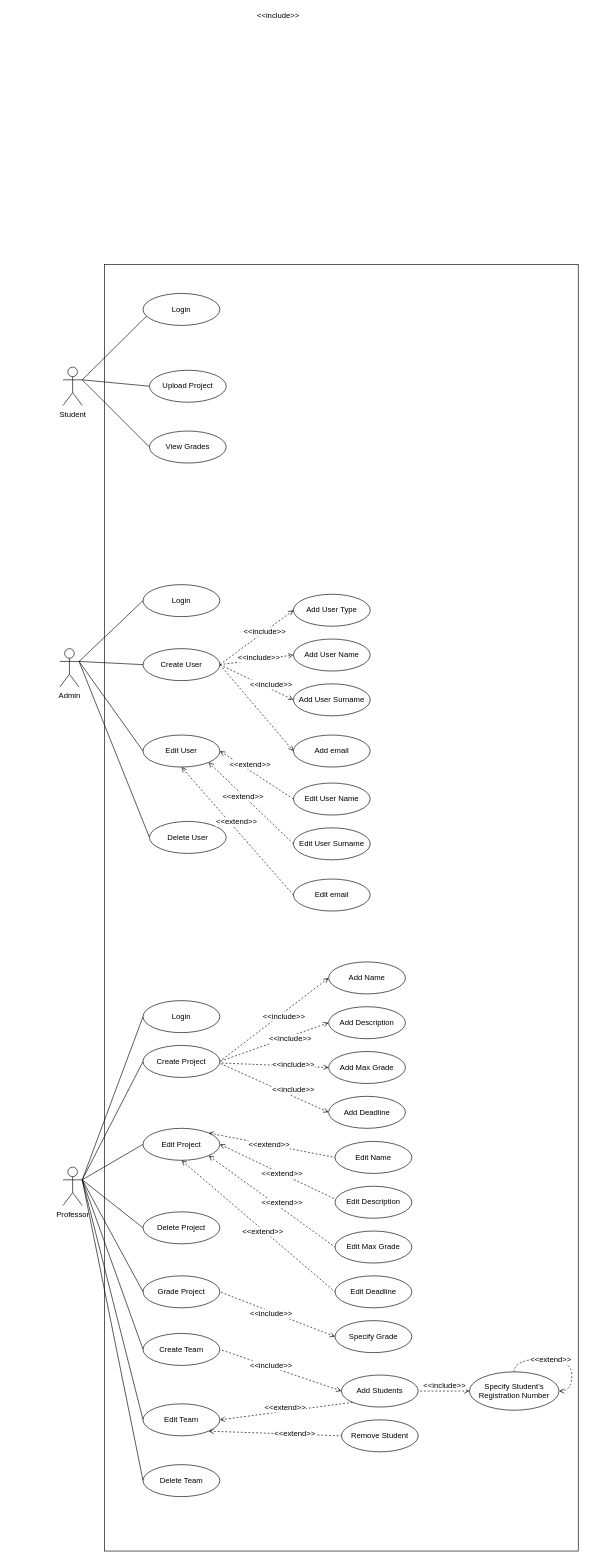
Before: UseCaseDiagrams/UseCaseDiagram_v1.drawio in gkaraoglanian/E-ClassApplication, a draw.io diagram. Source tidied: cells renumbered, new cells numbered last; positions are measured from the earlier drawing's top-left corner, leaving out a move shared by most shapes. Both pictures are drawn from the tidied source at 64%, with x=0, y=0 at pixel (60, 264).
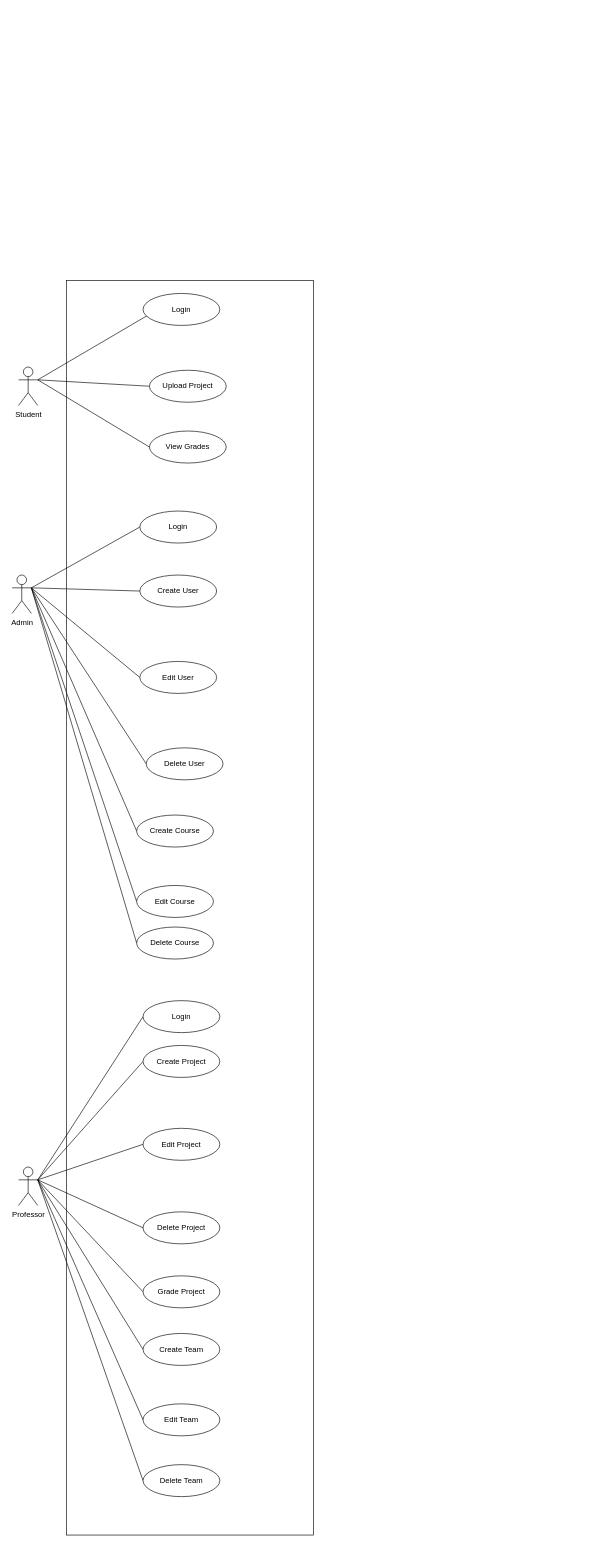
The same diagram, later.

Commit message (it also covers changes not shown here):
Added new and final files (pdf, drawio) for the UseCase Diagram (version 1, version 2)

Unchanged cells that the change refers to:
```xml
<mxCell id="7" value="Create Project" style="ellipse;whiteSpace=wrap;html=1;" parent="1" vertex="1">
  <mxGeometry x="130" y="1220" width="120" height="50" as="geometry" />
</mxCell>
<mxCell id="13" value="Edit Project" style="ellipse;whiteSpace=wrap;html=1;" parent="1" vertex="1">
  <mxGeometry x="130" y="1349.5" width="120" height="50" as="geometry" />
</mxCell>
<mxCell id="17" value="Grade Project" style="ellipse;whiteSpace=wrap;html=1;" parent="1" vertex="1">
  <mxGeometry x="130" y="1580" width="120" height="50" as="geometry" />
</mxCell>
<mxCell id="19" value="Create Team" style="ellipse;whiteSpace=wrap;html=1;" parent="1" vertex="1">
  <mxGeometry x="130" y="1670" width="120" height="50" as="geometry" />
</mxCell>
<mxCell id="23" value="Edit Team" style="ellipse;whiteSpace=wrap;html=1;" parent="1" vertex="1">
  <mxGeometry x="130" y="1780" width="120" height="50" as="geometry" />
</mxCell>
```

Change to the diagram source:
```diff
@@
-    <mxCell id="2" style="rounded=0;whiteSpace=wrap;html=1;fillColor=none;" parent="1" vertex="1">
-      <mxGeometry x="70" width="740" height="2010" as="geometry" />
-    </mxCell>
@@
     <mxCell id="5" value="Professor&lt;br&gt;&lt;br&gt;" style="shape=umlActor;verticalLabelPosition=bottom;labelBackgroundColor=#ffffff;verticalAlign=top;html=1;outlineConnect=0;" parent="1" vertex="1">
-      <mxGeometry x="5" y="1410" width="30" height="60" as="geometry" />
+      <mxGeometry x="-64.5" y="1410" width="30" height="60" as="geometry" />
     </mxCell>
@@
-    <mxCell id="9" style="edgeStyle=none;rounded=0;jettySize=auto;html=1;exitX=1;exitY=0;exitDx=0;exitDy=0;entryX=0;entryY=0.5;entryDx=0;entryDy=0;dashed=1;startArrow=open;startFill=0;endArrow=none;endFill=0;" parent="1" edge="1" source="13" target="34">
-      <mxGeometry relative="1" as="geometry" />
-    </mxCell>
-    <mxCell id="10" style="edgeStyle=none;rounded=0;jettySize=auto;html=1;exitX=1;exitY=0.5;exitDx=0;exitDy=0;entryX=0;entryY=0.4;entryDx=0;entryDy=0;entryPerimeter=0;dashed=1;startArrow=open;startFill=0;endArrow=none;endFill=0;" parent="1" edge="1" source="13" target="35">
-      <mxGeometry relative="1" as="geometry" />
-    </mxCell>
-    <mxCell id="11" style="edgeStyle=none;rounded=0;jettySize=auto;html=1;exitX=1;exitY=1;exitDx=0;exitDy=0;entryX=0;entryY=0.5;entryDx=0;entryDy=0;dashed=1;startArrow=open;startFill=0;endArrow=none;endFill=0;" parent="1" edge="1" source="13" target="36">
-      <mxGeometry relative="1" as="geometry" />
-    </mxCell>
-    <mxCell id="12" style="edgeStyle=none;rounded=0;jettySize=auto;html=1;exitX=0.5;exitY=1;exitDx=0;exitDy=0;entryX=0;entryY=0.5;entryDx=0;entryDy=0;dashed=1;startArrow=open;startFill=0;endArrow=none;endFill=0;" parent="1" edge="1" source="13" target="37">
-      <mxGeometry relative="1" as="geometry" />
-    </mxCell>
@@
-    <mxCell id="21" style="edgeStyle=none;rounded=0;jettySize=auto;html=1;exitX=1;exitY=1;exitDx=0;exitDy=0;entryX=0;entryY=0.5;entryDx=0;entryDy=0;dashed=1;startArrow=open;startFill=0;endArrow=none;endFill=0;" parent="1" edge="1" source="23" target="45">
-      <mxGeometry relative="1" as="geometry" />
-    </mxCell>
-    <mxCell id="22" style="edgeStyle=none;rounded=0;jettySize=auto;html=1;exitX=1;exitY=0.5;exitDx=0;exitDy=0;entryX=0;entryY=1;entryDx=0;entryDy=0;dashed=1;startArrow=open;startFill=0;endArrow=none;endFill=0;" parent="1" edge="1" source="23" target="44">
-      <mxGeometry relative="1" as="geometry" />
-    </mxCell>
@@
-    <mxCell id="26" style="edgeStyle=none;rounded=0;jettySize=auto;html=1;exitX=0;exitY=0.5;exitDx=0;exitDy=0;entryX=1;entryY=0.5;entryDx=0;entryDy=0;endArrow=none;endFill=0;dashed=1;startArrow=open;startFill=0;" parent="1" edge="1" source="27" target="7">
-      <mxGeometry relative="1" as="geometry" />
-    </mxCell>
-    <mxCell id="27" value="Add Name" style="ellipse;whiteSpace=wrap;html=1;" parent="1" vertex="1">
-      <mxGeometry x="420" y="1089.5" width="120" height="50" as="geometry" />
-    </mxCell>
-    <mxCell id="28" style="edgeStyle=none;rounded=0;jettySize=auto;html=1;exitX=0;exitY=0.5;exitDx=0;exitDy=0;entryX=1;entryY=0.5;entryDx=0;entryDy=0;dashed=1;startArrow=open;startFill=0;endArrow=none;endFill=0;" parent="1" edge="1" source="29" target="7">
-      <mxGeometry relative="1" as="geometry" />
-    </mxCell>
-    <mxCell id="29" value="Add Description" style="ellipse;whiteSpace=wrap;html=1;" parent="1" vertex="1">
-      <mxGeometry x="420" y="1159.5" width="120" height="50" as="geometry" />
-    </mxCell>
-    <mxCell id="30" style="edgeStyle=none;rounded=0;jettySize=auto;html=1;exitX=0;exitY=0.5;exitDx=0;exitDy=0;dashed=1;startArrow=open;startFill=0;endArrow=none;endFill=0;" parent="1" edge="1" source="31" target="7">
-      <mxGeometry relative="1" as="geometry" />
-    </mxCell>
-    <mxCell id="31" value="Add Max Grade" style="ellipse;whiteSpace=wrap;html=1;" parent="1" vertex="1">
-      <mxGeometry x="420" y="1229.5" width="120" height="50" as="geometry" />
-    </mxCell>
-    <mxCell id="32" style="edgeStyle=none;rounded=0;jettySize=auto;html=1;exitX=0;exitY=0.5;exitDx=0;exitDy=0;entryX=1.012;entryY=0.571;entryDx=0;entryDy=0;entryPerimeter=0;dashed=1;startArrow=open;startFill=0;endArrow=none;endFill=0;" parent="1" edge="1" source="33" target="7">
-      <mxGeometry relative="1" as="geometry" />
-    </mxCell>
-    <mxCell id="33" value="Add Deadline" style="ellipse;whiteSpace=wrap;html=1;" parent="1" vertex="1">
-      <mxGeometry x="420" y="1299.5" width="120" height="50" as="geometry" />
-    </mxCell>
-    <mxCell id="34" value="Edit Name" style="ellipse;whiteSpace=wrap;html=1;" parent="1" vertex="1">
-      <mxGeometry x="430" y="1370" width="120" height="50" as="geometry" />
-    </mxCell>
-    <mxCell id="35" value="Edit Description" style="ellipse;whiteSpace=wrap;html=1;" parent="1" vertex="1">
-      <mxGeometry x="430" y="1440" width="120" height="50" as="geometry" />
-    </mxCell>
-    <mxCell id="36" value="Edit Max Grade" style="ellipse;whiteSpace=wrap;html=1;" parent="1" vertex="1">
-      <mxGeometry x="430" y="1510" width="120" height="50" as="geometry" />
-    </mxCell>
-    <mxCell id="37" value="Edit&amp;nbsp;Deadline" style="ellipse;whiteSpace=wrap;html=1;" parent="1" vertex="1">
-      <mxGeometry x="430" y="1580" width="120" height="50" as="geometry" />
-    </mxCell>
-    <mxCell id="38" style="edgeStyle=none;rounded=0;jettySize=auto;html=1;exitX=0;exitY=0.5;exitDx=0;exitDy=0;entryX=1;entryY=0.5;entryDx=0;entryDy=0;dashed=1;startArrow=open;startFill=0;endArrow=none;endFill=0;" parent="1" edge="1" source="39" target="17">
-      <mxGeometry relative="1" as="geometry" />
-    </mxCell>
-    <mxCell id="39" value="Specify Grade" style="ellipse;whiteSpace=wrap;html=1;" parent="1" vertex="1">
-      <mxGeometry x="430" y="1650" width="120" height="50" as="geometry" />
-    </mxCell>
-    <mxCell id="40" style="edgeStyle=none;rounded=0;jettySize=auto;html=1;exitX=0;exitY=0.5;exitDx=0;exitDy=0;entryX=1;entryY=0.5;entryDx=0;entryDy=0;dashed=1;startArrow=open;startFill=0;endArrow=none;endFill=0;" parent="1" edge="1" source="41" target="44">
-      <mxGeometry relative="1" as="geometry" />
-    </mxCell>
-    <mxCell id="41" value="Specify Student's Registration Number" style="ellipse;whiteSpace=wrap;html=1;" parent="1" vertex="1">
-      <mxGeometry x="640" y="1730" width="140" height="60" as="geometry" />
-    </mxCell>
-    <mxCell id="42" style="edgeStyle=orthogonalEdgeStyle;rounded=0;orthogonalLoop=1;jettySize=auto;html=1;exitX=1;exitY=0.5;exitDx=0;exitDy=0;entryX=0.5;entryY=0;entryDx=0;entryDy=0;dashed=1;startArrow=open;startFill=0;endArrow=none;endFill=0;curved=1;" parent="1" edge="1" source="41" target="41">
-      <mxGeometry relative="1" as="geometry">
-        <Array as="points">
-          <mxPoint x="800" y="1760" />
-          <mxPoint x="800" y="1710" />
-          <mxPoint x="710" y="1710" />
-        </Array>
-      </mxGeometry>
-    </mxCell>
-    <mxCell id="43" style="edgeStyle=none;rounded=0;jettySize=auto;html=1;exitX=0;exitY=0.5;exitDx=0;exitDy=0;entryX=1;entryY=0.5;entryDx=0;entryDy=0;dashed=1;startArrow=open;startFill=0;endArrow=none;endFill=0;" parent="1" edge="1" source="44" target="19">
-      <mxGeometry relative="1" as="geometry" />
-    </mxCell>
-    <mxCell id="44" value="Add Students" style="ellipse;whiteSpace=wrap;html=1;" parent="1" vertex="1">
-      <mxGeometry x="440" y="1735" width="120" height="50" as="geometry" />
-    </mxCell>
-    <mxCell id="45" value="Remove Student" style="ellipse;whiteSpace=wrap;html=1;" parent="1" vertex="1">
-      <mxGeometry x="440" y="1805" width="120" height="50" as="geometry" />
-    </mxCell>
@@
     <mxCell id="49" value="Student&lt;br&gt;" style="shape=umlActor;verticalLabelPosition=bottom;labelBackgroundColor=#ffffff;verticalAlign=top;html=1;outlineConnect=0;" parent="1" vertex="1">
-      <mxGeometry x="5" y="160" width="30" height="60" as="geometry" />
+      <mxGeometry x="-64.5" y="160" width="30" height="60" as="geometry" />
     </mxCell>
@@
+    <mxCell id="97" style="rounded=0;jettySize=auto;html=1;exitX=1;exitY=0.3333333333333333;exitDx=0;exitDy=0;exitPerimeter=0;entryX=0;entryY=0.5;entryDx=0;entryDy=0;startArrow=none;startFill=0;endArrow=none;endFill=0;" parent="1" edge="1" source="57" target="102">
+      <mxGeometry relative="1" as="geometry" />
+    </mxCell>
+    <mxCell id="98" style="edgeStyle=none;rounded=0;jettySize=auto;html=1;exitX=1;exitY=0.3333333333333333;exitDx=0;exitDy=0;exitPerimeter=0;entryX=0;entryY=0.5;entryDx=0;entryDy=0;startArrow=none;startFill=0;endArrow=none;endFill=0;" parent="1" edge="1" source="57" target="101">
+      <mxGeometry relative="1" as="geometry" />
+    </mxCell>
+    <mxCell id="99" style="edgeStyle=none;rounded=0;jettySize=auto;html=1;exitX=1;exitY=0.3333333333333333;exitDx=0;exitDy=0;exitPerimeter=0;entryX=0;entryY=0.5;entryDx=0;entryDy=0;startArrow=none;startFill=0;endArrow=none;endFill=0;" parent="1" edge="1" source="57" target="100">
+      <mxGeometry relative="1" as="geometry" />
+    </mxCell>
     <mxCell id="57" value="Admin" style="shape=umlActor;verticalLabelPosition=bottom;labelBackgroundColor=#ffffff;verticalAlign=top;html=1;outlineConnect=0;" parent="1" vertex="1">
-      <mxGeometry y="600" width="30" height="60" as="geometry" />
+      <mxGeometry x="-74.5" y="485" width="30" height="60" as="geometry" />
     </mxCell>
     <mxCell id="58" value="Login" style="ellipse;whiteSpace=wrap;html=1;" parent="1" vertex="1">
-      <mxGeometry x="130" y="500" width="120" height="50" as="geometry" />
+      <mxGeometry x="125" y="385" width="120" height="50" as="geometry" />
     </mxCell>
-    <mxCell id="59" style="edgeStyle=none;rounded=0;jettySize=auto;html=1;exitX=1;exitY=0.5;exitDx=0;exitDy=0;entryX=0;entryY=0.5;entryDx=0;entryDy=0;startArrow=none;startFill=0;endArrow=open;endFill=0;dashed=1;" parent="1" edge="1" source="64" target="67">
-      <mxGeometry relative="1" as="geometry" />
-    </mxCell>
-    <mxCell id="60" value="&amp;lt;&amp;lt;include&amp;gt;&amp;gt;" style="text;html=1;align=center;verticalAlign=middle;labelBackgroundColor=#ffffff;" parent="59" vertex="1">
-      <mxGeometry x="0.21" relative="1" as="geometry" />
-    </mxCell>
-    <mxCell id="61" style="edgeStyle=none;rounded=0;jettySize=auto;html=1;exitX=1;exitY=0.5;exitDx=0;exitDy=0;entryX=0;entryY=0.5;entryDx=0;entryDy=0;dashed=1;startArrow=none;startFill=0;endArrow=open;endFill=0;" parent="1" edge="1" source="64" target="68">
-      <mxGeometry relative="1" as="geometry" />
-    </mxCell>
-    <mxCell id="62" style="edgeStyle=none;rounded=0;jettySize=auto;html=1;exitX=1;exitY=0.5;exitDx=0;exitDy=0;entryX=0;entryY=0.5;entryDx=0;entryDy=0;dashed=1;startArrow=none;startFill=0;endArrow=open;endFill=0;" parent="1" edge="1" source="64" target="69">
-      <mxGeometry relative="1" as="geometry" />
-    </mxCell>
-    <mxCell id="63" style="edgeStyle=none;rounded=0;jettySize=auto;html=1;exitX=1;exitY=0.5;exitDx=0;exitDy=0;entryX=0;entryY=0.5;entryDx=0;entryDy=0;dashed=1;startArrow=none;startFill=0;endArrow=open;endFill=0;" parent="1" edge="1" source="64" target="70">
-      <mxGeometry relative="1" as="geometry" />
-    </mxCell>
     <mxCell id="64" value="Create User" style="ellipse;whiteSpace=wrap;html=1;" parent="1" vertex="1">
-      <mxGeometry x="130" y="600" width="120" height="50" as="geometry" />
+      <mxGeometry x="125" y="485" width="120" height="50" as="geometry" />
     </mxCell>
     <mxCell id="65" value="Edit User" style="ellipse;whiteSpace=wrap;html=1;" parent="1" vertex="1">
-      <mxGeometry x="130" y="735" width="120" height="50" as="geometry" />
+      <mxGeometry x="125" y="620" width="120" height="50" as="geometry" />
     </mxCell>
     <mxCell id="66" value="Delete User" style="ellipse;whiteSpace=wrap;html=1;" parent="1" vertex="1">
-      <mxGeometry x="140" y="870" width="120" height="50" as="geometry" />
+      <mxGeometry x="135" y="755" width="120" height="50" as="geometry" />
     </mxCell>
-    <mxCell id="67" value="Add User Type" style="ellipse;whiteSpace=wrap;html=1;" parent="1" vertex="1">
-      <mxGeometry x="365" y="515" width="120" height="50" as="geometry" />
-    </mxCell>
-    <mxCell id="68" value="Add User Name" style="ellipse;whiteSpace=wrap;html=1;" parent="1" vertex="1">
-      <mxGeometry x="365" y="585" width="120" height="50" as="geometry" />
-    </mxCell>
-    <mxCell id="69" value="Add User Surname" style="ellipse;whiteSpace=wrap;html=1;" parent="1" vertex="1">
-      <mxGeometry x="365" y="655" width="120" height="50" as="geometry" />
-    </mxCell>
-    <mxCell id="70" value="Add email" style="ellipse;whiteSpace=wrap;html=1;" parent="1" vertex="1">
-      <mxGeometry x="365" y="735" width="120" height="50" as="geometry" />
-    </mxCell>
-    <mxCell id="71" style="edgeStyle=none;rounded=0;jettySize=auto;html=1;exitX=0;exitY=0.5;exitDx=0;exitDy=0;entryX=1;entryY=0.5;entryDx=0;entryDy=0;dashed=1;startArrow=none;startFill=0;endArrow=open;endFill=0;" parent="1" edge="1" source="72" target="65">
-      <mxGeometry relative="1" as="geometry" />
-    </mxCell>
-    <mxCell id="72" value="Edit User Name" style="ellipse;whiteSpace=wrap;html=1;" parent="1" vertex="1">
-      <mxGeometry x="365" y="810" width="120" height="50" as="geometry" />
-    </mxCell>
-    <mxCell id="73" style="edgeStyle=none;rounded=0;jettySize=auto;html=1;exitX=0;exitY=0.5;exitDx=0;exitDy=0;entryX=1;entryY=1;entryDx=0;entryDy=0;dashed=1;startArrow=none;startFill=0;endArrow=open;endFill=0;" parent="1" edge="1" source="74" target="65">
-      <mxGeometry relative="1" as="geometry" />
-    </mxCell>
-    <mxCell id="74" value="Edit&amp;nbsp;User Surname" style="ellipse;whiteSpace=wrap;html=1;" parent="1" vertex="1">
-      <mxGeometry x="365" y="880" width="120" height="50" as="geometry" />
-    </mxCell>
-    <mxCell id="75" style="edgeStyle=none;rounded=0;jettySize=auto;html=1;exitX=0;exitY=0.5;exitDx=0;exitDy=0;entryX=0.5;entryY=1;entryDx=0;entryDy=0;dashed=1;startArrow=none;startFill=0;endArrow=open;endFill=0;" parent="1" edge="1" source="76" target="65">
-      <mxGeometry relative="1" as="geometry" />
-    </mxCell>
-    <mxCell id="76" value="Edit&amp;nbsp;email" style="ellipse;whiteSpace=wrap;html=1;" parent="1" vertex="1">
-      <mxGeometry x="365" y="960" width="120" height="50" as="geometry" />
-    </mxCell>
-    <mxCell id="77" value="&amp;lt;&amp;lt;include&amp;gt;&amp;gt;" style="text;html=1;align=center;verticalAlign=middle;labelBackgroundColor=#ffffff;" parent="1" vertex="1">
-      <mxGeometry x="310.9" y="613.2" as="geometry" />
-    </mxCell>
-    <mxCell id="78" value="&amp;lt;&amp;lt;include&amp;gt;&amp;gt;" style="text;html=1;align=center;verticalAlign=middle;labelBackgroundColor=#ffffff;" parent="1" vertex="1">
-      <mxGeometry x="329.9" y="655.2" as="geometry" />
-    </mxCell>
-    <mxCell id="79" value="&amp;lt;&amp;lt;include&amp;gt;&amp;gt;" style="text;html=1;align=center;verticalAlign=middle;labelBackgroundColor=#ffffff;" parent="1" vertex="1">
-      <mxGeometry x="0.21" relative="1" as="geometry">
-        <mxPoint x="340" y="-390" as="offset" />
-      </mxGeometry>
-    </mxCell>
-    <mxCell id="80" value="&amp;lt;&amp;lt;extend&amp;gt;&amp;gt;" style="text;html=1;align=center;verticalAlign=middle;labelBackgroundColor=#ffffff;" parent="1" vertex="1">
-      <mxGeometry x="310.9" y="780.2" as="geometry">
-        <mxPoint x="-14" as="offset" />
-      </mxGeometry>
-    </mxCell>
-    <mxCell id="81" value="&amp;lt;&amp;lt;extend&amp;gt;&amp;gt;" style="text;html=1;align=center;verticalAlign=middle;labelBackgroundColor=#ffffff;" parent="1" vertex="1">
-      <mxGeometry x="299.9" y="830.2" as="geometry">
-        <mxPoint x="-14" as="offset" />
-      </mxGeometry>
-    </mxCell>
-    <mxCell id="82" value="&amp;lt;&amp;lt;extend&amp;gt;&amp;gt;" style="text;html=1;align=center;verticalAlign=middle;labelBackgroundColor=#ffffff;" parent="1" vertex="1">
-      <mxGeometry x="289.9" y="870.2" as="geometry">
-        <mxPoint x="-14" as="offset" />
-      </mxGeometry>
-    </mxCell>
-    <mxCell id="83" value="&amp;lt;&amp;lt;extend&amp;gt;&amp;gt;" style="text;html=1;align=center;verticalAlign=middle;labelBackgroundColor=#ffffff;" parent="1" vertex="1">
-      <mxGeometry x="340" y="1374.5" as="geometry">
-        <mxPoint x="-14" as="offset" />
-      </mxGeometry>
-    </mxCell>
-    <mxCell id="84" value="&amp;lt;&amp;lt;extend&amp;gt;&amp;gt;" style="text;html=1;align=center;verticalAlign=middle;labelBackgroundColor=#ffffff;" parent="1" vertex="1">
-      <mxGeometry x="360" y="1420" as="geometry">
-        <mxPoint x="-14" as="offset" />
-      </mxGeometry>
-    </mxCell>
-    <mxCell id="85" value="&amp;lt;&amp;lt;extend&amp;gt;&amp;gt;" style="text;html=1;align=center;verticalAlign=middle;labelBackgroundColor=#ffffff;" parent="1" vertex="1">
-      <mxGeometry x="360" y="1465" as="geometry">
-        <mxPoint x="-14" as="offset" />
-      </mxGeometry>
-    </mxCell>
-    <mxCell id="86" value="&amp;lt;&amp;lt;extend&amp;gt;&amp;gt;" style="text;html=1;align=center;verticalAlign=middle;labelBackgroundColor=#ffffff;" parent="1" vertex="1">
-      <mxGeometry x="330" y="1510" as="geometry">
-        <mxPoint x="-14" as="offset" />
-      </mxGeometry>
-    </mxCell>
-    <mxCell id="87" value="&amp;lt;&amp;lt;include&amp;gt;&amp;gt;" style="text;html=1;align=center;verticalAlign=middle;labelBackgroundColor=#ffffff;" parent="1" vertex="1">
-      <mxGeometry x="349.9" y="1174.8" as="geometry" />
-    </mxCell>
-    <mxCell id="88" value="&amp;lt;&amp;lt;include&amp;gt;&amp;gt;" style="text;html=1;align=center;verticalAlign=middle;labelBackgroundColor=#ffffff;" parent="1" vertex="1">
-      <mxGeometry x="359.9" y="1209.3" as="geometry" />
-    </mxCell>
-    <mxCell id="89" value="&amp;lt;&amp;lt;include&amp;gt;&amp;gt;" style="text;html=1;align=center;verticalAlign=middle;labelBackgroundColor=#ffffff;" parent="1" vertex="1">
-      <mxGeometry x="364.9" y="1249.8" as="geometry" />
-    </mxCell>
-    <mxCell id="90" value="&amp;lt;&amp;lt;include&amp;gt;&amp;gt;" style="text;html=1;align=center;verticalAlign=middle;labelBackgroundColor=#ffffff;" parent="1" vertex="1">
-      <mxGeometry x="364.9" y="1289.8" as="geometry" />
-    </mxCell>
-    <mxCell id="91" value="&amp;lt;&amp;lt;include&amp;gt;&amp;gt;" style="text;html=1;align=center;verticalAlign=middle;labelBackgroundColor=#ffffff;" parent="1" vertex="1">
-      <mxGeometry x="329.9" y="1639.3" as="geometry" />
-    </mxCell>
-    <mxCell id="92" value="&amp;lt;&amp;lt;include&amp;gt;&amp;gt;" style="text;html=1;align=center;verticalAlign=middle;labelBackgroundColor=#ffffff;" parent="1" vertex="1">
-      <mxGeometry x="329.9" y="1719.8" as="geometry" />
-    </mxCell>
-    <mxCell id="93" value="&amp;lt;&amp;lt;extend&amp;gt;&amp;gt;" style="text;html=1;align=center;verticalAlign=middle;labelBackgroundColor=#ffffff;" parent="1" vertex="1">
-      <mxGeometry x="365" y="1785" as="geometry">
-        <mxPoint x="-14" as="offset" />
-      </mxGeometry>
-    </mxCell>
-    <mxCell id="94" value="&amp;lt;&amp;lt;extend&amp;gt;&amp;gt;" style="text;html=1;align=center;verticalAlign=middle;labelBackgroundColor=#ffffff;" parent="1" vertex="1">
-      <mxGeometry x="380" y="1826" as="geometry">
-        <mxPoint x="-14" as="offset" />
-      </mxGeometry>
-    </mxCell>
-    <mxCell id="95" value="&amp;lt;&amp;lt;include&amp;gt;&amp;gt;" style="text;html=1;align=center;verticalAlign=middle;labelBackgroundColor=#ffffff;" parent="1" vertex="1">
-      <mxGeometry x="600" y="1750" as="geometry" />
-    </mxCell>
-    <mxCell id="96" value="&amp;lt;&amp;lt;extend&amp;gt;&amp;gt;" style="text;html=1;align=center;verticalAlign=middle;labelBackgroundColor=#ffffff;" parent="1" vertex="1">
-      <mxGeometry x="780" y="1710" as="geometry">
-        <mxPoint x="-14" as="offset" />
-      </mxGeometry>
-    </mxCell>
+    <mxCell id="100" value="Delete Course" style="ellipse;whiteSpace=wrap;html=1;" parent="1" vertex="1">
+      <mxGeometry x="120" y="1035" width="120" height="50" as="geometry" />
+    </mxCell>
+    <mxCell id="101" value="Edit Course" style="ellipse;whiteSpace=wrap;html=1;" parent="1" vertex="1">
+      <mxGeometry x="120" y="970" width="120" height="50" as="geometry" />
+    </mxCell>
+    <mxCell id="102" value="Create Course" style="ellipse;whiteSpace=wrap;html=1;" parent="1" vertex="1">
+      <mxGeometry x="120" y="860" width="120" height="50" as="geometry" />
+    </mxCell>
+    <mxCell id="103" style="rounded=0;whiteSpace=wrap;html=1;fillColor=none;" parent="1" vertex="1">
+      <mxGeometry x="10.5" y="25" width="386" height="1960" as="geometry" />
+    </mxCell>
```
